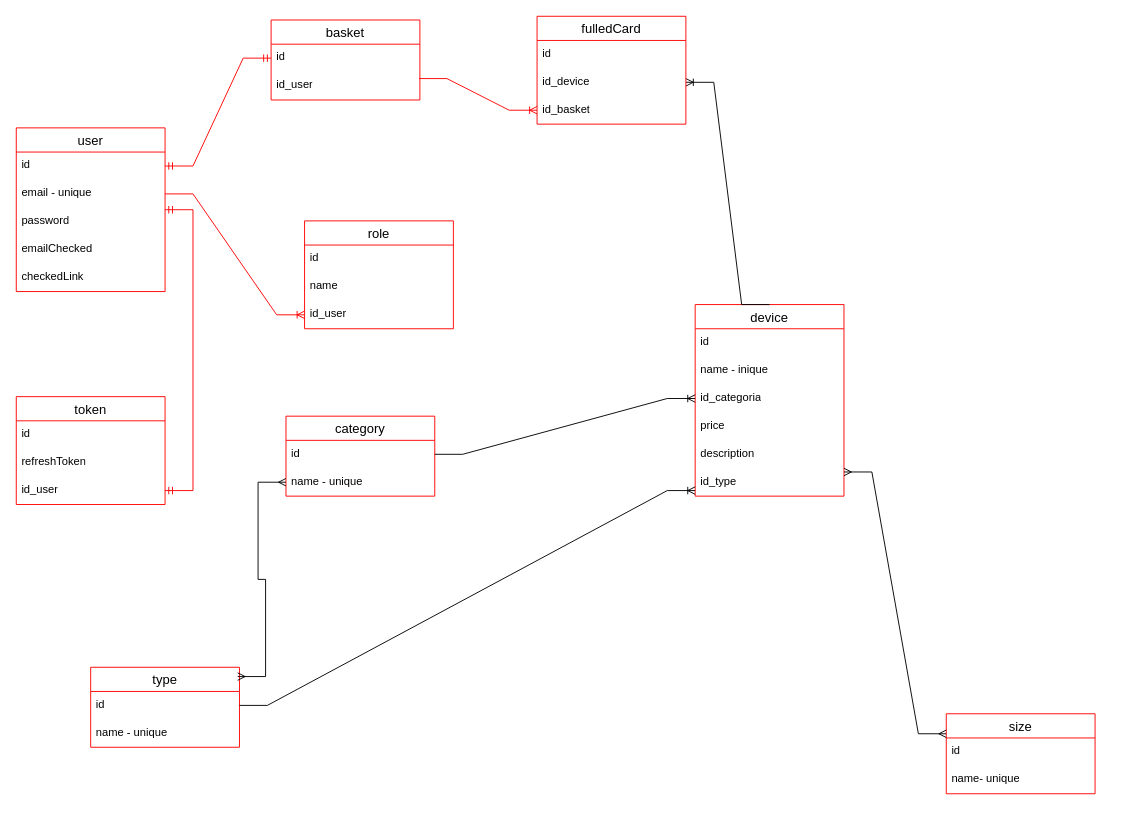
OlegGrn/draw_io keeps this draw.io diagram as shose.drawio. Above is the earlier version. Source tidied: cells renumbered, new cells numbered last; positions are measured from the earlier drawing's top-left corner, leaving out a move shared by most shapes. Both pictures are drawn from the tidied source at 93%, with x=0, y=0 at pixel (-21, 16).
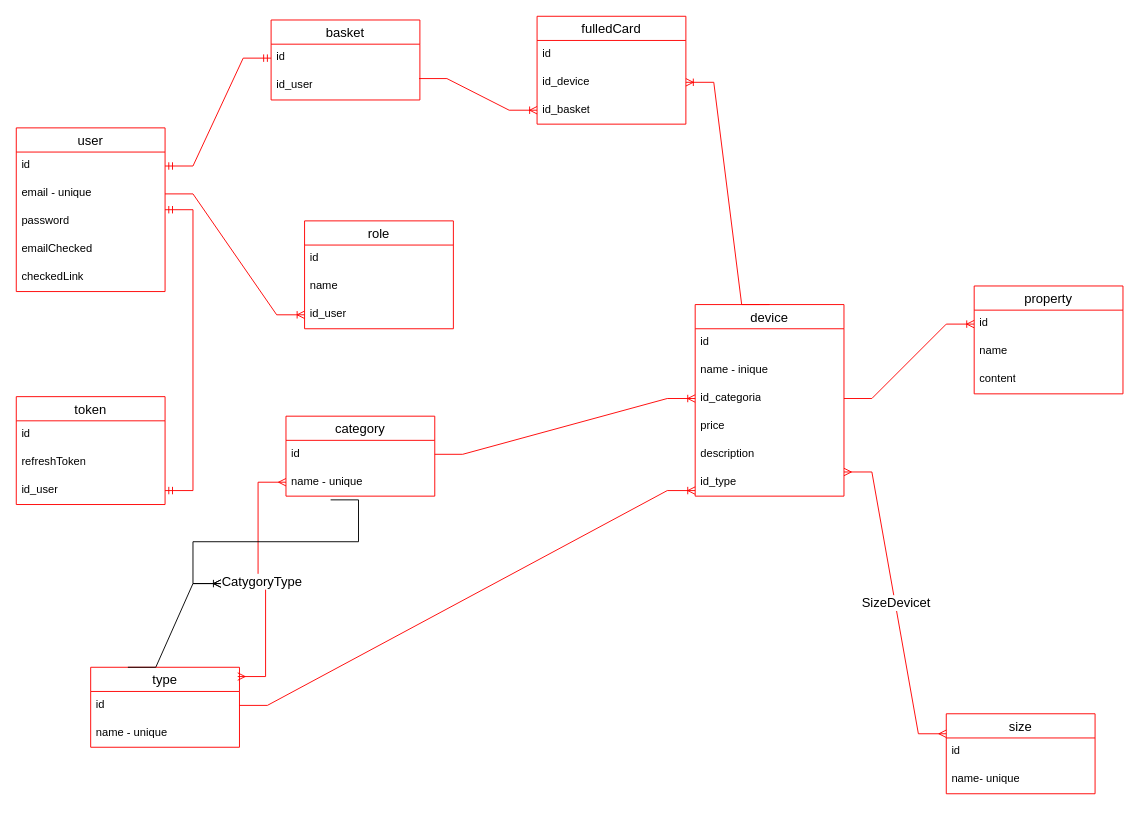
Above is the later version.

The change refers to these unchanged cells:
```xml
<mxCell id="11" value="device" style="swimlane;fontStyle=0;horizontal=1;startSize=26;align=center;fontSize=14;strokeColor=#FF0000;" parent="1" vertex="1">
  <mxGeometry x="770" y="310" width="160" height="206" as="geometry" />
</mxCell>
<mxCell id="14" value="id_categoria" style="text;strokeColor=none;fillColor=none;spacingLeft=4;spacingRight=4;overflow=hidden;points=[[0,0.5],[1,0.5]];portConstraint=eastwest;fontSize=12;whiteSpace=wrap;html=1;" parent="11" vertex="1">
  <mxGeometry y="86" width="160" height="30" as="geometry" />
</mxCell>
<mxCell id="17" value="id_type" style="text;strokeColor=none;fillColor=none;spacingLeft=4;spacingRight=4;overflow=hidden;points=[[0,0.5],[1,0.5]];portConstraint=eastwest;fontSize=12;whiteSpace=wrap;html=1;" parent="11" vertex="1">
  <mxGeometry y="176" width="160" height="30" as="geometry" />
</mxCell>
<mxCell id="18" value="type" style="swimlane;fontStyle=0;horizontal=1;startSize=26;align=center;fontSize=14;strokeColor=#FF0000;" parent="1" vertex="1">
  <mxGeometry x="120" y="700" width="160" height="86" as="geometry" />
</mxCell>
<mxCell id="19" value="id" style="text;strokeColor=none;fillColor=none;spacingLeft=4;spacingRight=4;overflow=hidden;points=[[0,0.5],[1,0.5]];portConstraint=eastwest;fontSize=12;whiteSpace=wrap;html=1;" parent="18" vertex="1">
  <mxGeometry y="26" width="160" height="30" as="geometry" />
</mxCell>
<mxCell id="22" value="size" style="swimlane;fontStyle=0;horizontal=1;startSize=26;align=center;fontSize=14;strokeColor=#FF0000;" parent="1" vertex="1">
  <mxGeometry x="1040" y="750" width="160" height="86" as="geometry" />
</mxCell>
<mxCell id="32" value="id" style="text;strokeColor=none;fillColor=none;spacingLeft=4;spacingRight=4;overflow=hidden;points=[[0,0.5],[1,0.5]];portConstraint=eastwest;fontSize=12;whiteSpace=wrap;html=1;" parent="31" vertex="1">
  <mxGeometry y="26" width="160" height="30" as="geometry" />
</mxCell>
<mxCell id="33" value="name - unique" style="text;strokeColor=none;fillColor=none;spacingLeft=4;spacingRight=4;overflow=hidden;points=[[0,0.5],[1,0.5]];portConstraint=eastwest;fontSize=12;whiteSpace=wrap;html=1;" parent="31" vertex="1">
  <mxGeometry y="56" width="160" height="30" as="geometry" />
</mxCell>
<mxCell id="37" value="id_device" style="text;strokeColor=none;fillColor=none;spacingLeft=4;spacingRight=4;overflow=hidden;points=[[0,0.5],[1,0.5]];portConstraint=eastwest;fontSize=12;whiteSpace=wrap;html=1;" parent="35" vertex="1">
  <mxGeometry y="56" width="160" height="30" as="geometry" />
</mxCell>
```

The edit, as a diff of the source:
```diff
@@
-    <mxCell id="21" style="edgeStyle=entityRelationEdgeStyle;fontSize=12;html=1;endArrow=ERoneToMany;rounded=0;entryX=0;entryY=0.8;entryDx=0;entryDy=0;entryPerimeter=0;exitX=1;exitY=0.5;exitDx=0;exitDy=0;strokeColor=#000000;" parent="1" edge="1" source="19" target="17">
+    <mxCell id="21" style="edgeStyle=entityRelationEdgeStyle;fontSize=12;html=1;endArrow=ERoneToMany;rounded=0;entryX=0;entryY=0.8;entryDx=0;entryDy=0;entryPerimeter=0;exitX=1;exitY=0.5;exitDx=0;exitDy=0;strokeColor=#FF0000;" parent="1" edge="1" source="19" target="17">
       <mxGeometry relative="1" as="geometry" />
     </mxCell>
@@
-    <mxCell id="25" style="edgeStyle=entityRelationEdgeStyle;fontSize=12;html=1;endArrow=ERoneToMany;rounded=0;exitX=0.5;exitY=0;exitDx=0;exitDy=0;entryX=1;entryY=0.5;entryDx=0;entryDy=0;strokeColor=#000000;" parent="1" edge="1" source="11" target="37">
+    <mxCell id="25" style="edgeStyle=entityRelationEdgeStyle;fontSize=12;html=1;endArrow=ERoneToMany;rounded=0;exitX=0.5;exitY=0;exitDx=0;exitDy=0;entryX=1;entryY=0.5;entryDx=0;entryDy=0;strokeColor=#FF0000;" parent="1" edge="1" source="11" target="37">
       <mxGeometry relative="1" as="geometry" />
     </mxCell>
@@
-    <mxCell id="34" style="edgeStyle=entityRelationEdgeStyle;fontSize=12;html=1;endArrow=ERoneToMany;rounded=0;entryX=0;entryY=0.5;entryDx=0;entryDy=0;exitX=1;exitY=0.5;exitDx=0;exitDy=0;strokeColor=#000000;" parent="1" edge="1" source="32" target="14">
+    <mxCell id="34" style="edgeStyle=entityRelationEdgeStyle;fontSize=12;html=1;endArrow=ERoneToMany;rounded=0;entryX=0;entryY=0.5;entryDx=0;entryDy=0;exitX=1;exitY=0.5;exitDx=0;exitDy=0;strokeColor=#FF0000;" parent="1" edge="1" source="32" target="14">
       <mxGeometry relative="1" as="geometry" />
     </mxCell>
@@
-    <mxCell id="46" style="edgeStyle=entityRelationEdgeStyle;fontSize=12;html=1;endArrow=ERmany;startArrow=ERmany;rounded=0;exitX=0.988;exitY=0.116;exitDx=0;exitDy=0;entryX=0;entryY=0.5;entryDx=0;entryDy=0;exitPerimeter=0;" parent="1" edge="1" source="18" target="33">
+    <mxCell id="46" style="edgeStyle=entityRelationEdgeStyle;fontSize=12;html=1;endArrow=ERmany;startArrow=ERmany;rounded=0;exitX=0.988;exitY=0.116;exitDx=0;exitDy=0;entryX=0;entryY=0.5;entryDx=0;entryDy=0;exitPerimeter=0;strokeColor=#FF0000;" parent="1" edge="1" source="18" target="33">
       <mxGeometry relative="1" as="geometry" />
     </mxCell>
+    <mxCell id="48" value="&lt;font style=&quot;font-size: 14px;&quot;&gt;CatygoryType&lt;/font&gt;" style="edgeLabel;html=1;align=center;verticalAlign=middle;strokeColor=#FF0000;fillColor=#FF0000;" parent="46" vertex="1">
+      <mxGeometry y="2" relative="1" as="geometry" />
+    </mxCell>
-    <mxCell id="47" style="edgeStyle=entityRelationEdgeStyle;fontSize=12;html=1;endArrow=ERmany;startArrow=ERmany;rounded=0;entryX=0;entryY=0.25;entryDx=0;entryDy=0;" parent="1" edge="1" target="22">
+    <mxCell id="47" style="edgeStyle=entityRelationEdgeStyle;fontSize=12;html=1;endArrow=ERmany;startArrow=ERmany;rounded=0;entryX=0;entryY=0.25;entryDx=0;entryDy=0;strokeColor=#FF0000;" parent="1" edge="1" target="22">
       <mxGeometry relative="1" as="geometry">
         <mxPoint x="930" y="490" as="sourcePoint" />
       </mxGeometry>
     </mxCell>
+    <mxCell id="49" value="&lt;font style=&quot;font-size: 14px;&quot;&gt;SizeDevicet&lt;/font&gt;" style="edgeLabel;html=1;align=center;verticalAlign=middle;" parent="47" vertex="1">
+      <mxGeometry y="1" relative="1" as="geometry" />
+    </mxCell>
+    <mxCell id="50" style="edgeStyle=entityRelationEdgeStyle;fontSize=12;html=1;endArrow=ERoneToMany;rounded=0;exitX=0.25;exitY=0;exitDx=0;exitDy=0;" parent="1" edge="1" source="18">
+      <mxGeometry relative="1" as="geometry">
+        <mxPoint x="260" y="610" as="targetPoint" />
+      </mxGeometry>
+    </mxCell>
+    <mxCell id="51" style="edgeStyle=entityRelationEdgeStyle;fontSize=12;html=1;endArrow=ERmany;rounded=0;exitX=0.3;exitY=1.133;exitDx=0;exitDy=0;exitPerimeter=0;" parent="1" edge="1" source="33">
+      <mxGeometry relative="1" as="geometry">
+        <mxPoint x="260" y="610" as="targetPoint" />
+      </mxGeometry>
+    </mxCell>
+    <mxCell id="52" value="property" style="swimlane;fontStyle=0;horizontal=1;startSize=26;align=center;fontSize=14;strokeColor=#FF0000;" parent="1" vertex="1">
+      <mxGeometry x="1070" y="290" width="160" height="116" as="geometry" />
+    </mxCell>
+    <mxCell id="53" value="id" style="text;strokeColor=none;fillColor=none;spacingLeft=4;spacingRight=4;overflow=hidden;points=[[0,0.5],[1,0.5]];portConstraint=eastwest;fontSize=12;whiteSpace=wrap;html=1;" parent="52" vertex="1">
+      <mxGeometry y="26" width="160" height="30" as="geometry" />
+    </mxCell>
+    <mxCell id="54" value="name" style="text;strokeColor=none;fillColor=none;spacingLeft=4;spacingRight=4;overflow=hidden;fontSize=12;whiteSpace=wrap;html=1;" parent="52" vertex="1">
+      <mxGeometry y="56" width="160" height="30" as="geometry" />
+    </mxCell>
+    <mxCell id="55" value="content" style="text;strokeColor=none;fillColor=none;spacingLeft=4;spacingRight=4;overflow=hidden;fontSize=12;whiteSpace=wrap;html=1;" parent="52" vertex="1">
+      <mxGeometry y="86" width="160" height="30" as="geometry" />
+    </mxCell>
+    <mxCell id="56" style="edgeStyle=entityRelationEdgeStyle;fontSize=12;html=1;endArrow=ERoneToMany;rounded=0;exitX=1;exitY=0.5;exitDx=0;exitDy=0;entryX=0;entryY=0.5;entryDx=0;entryDy=0;strokeColor=#FF0000;" parent="1" edge="1" source="14" target="53">
+      <mxGeometry relative="1" as="geometry" />
+    </mxCell>
```
